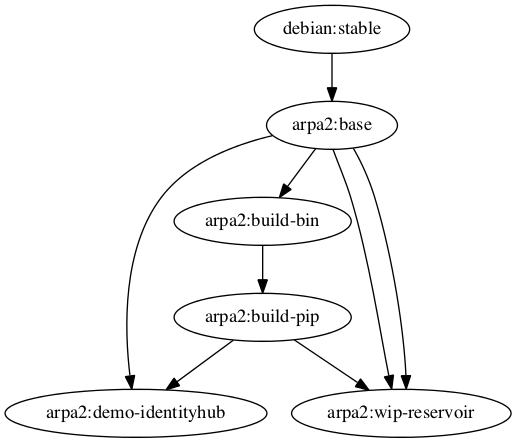
This is deps.png from timkuijsten/docker-demo, a Graphviz export, as it was before one commit. Its source is kept beside it as deps.dot.
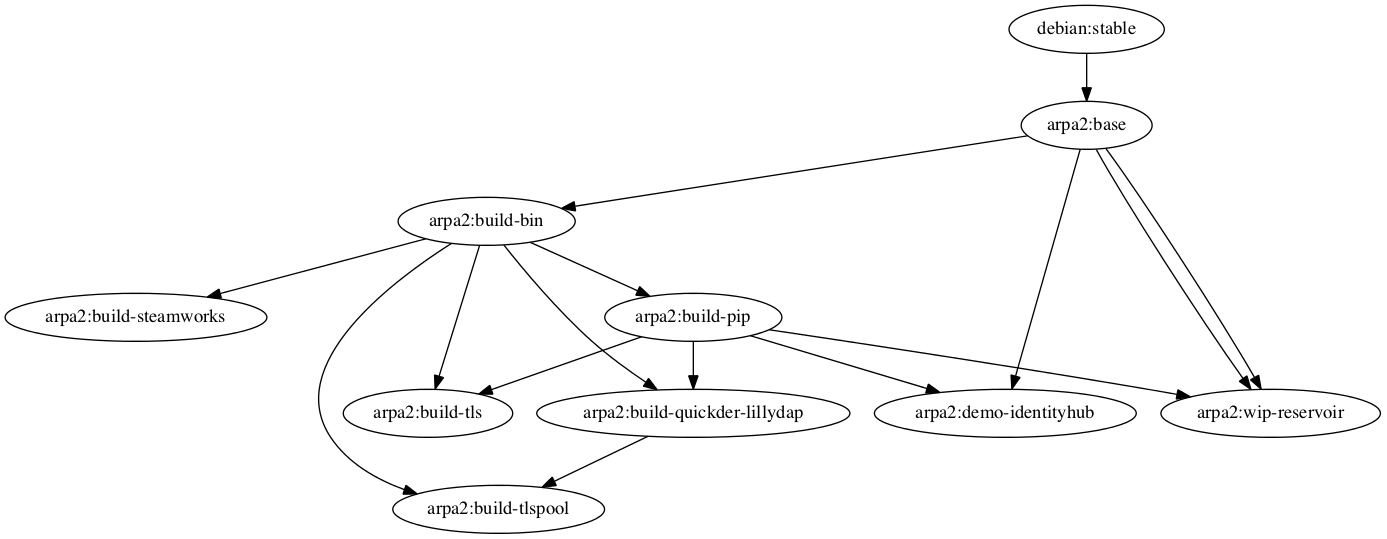
Above is the later version.

Change to the diagram source:
```diff
@@ -6,6 +6,17 @@
    "arpa2:base" -> "arpa2:build-bin" ;
    "arpa2:build-pip";
    "arpa2:build-bin" -> "arpa2:build-pip" ;
+   "arpa2:build-quickder-lillydap";
+   "arpa2:build-pip" -> "arpa2:build-quickder-lillydap" ;
+   "arpa2:build-bin" -> "arpa2:build-quickder-lillydap" ;
+   "arpa2:build-steamworks";
+   "arpa2:build-bin" -> "arpa2:build-steamworks" ;
+   "arpa2:build-tls";
+   "arpa2:build-pip" -> "arpa2:build-tls" ;
+   "arpa2:build-bin" -> "arpa2:build-tls" ;
+   "arpa2:build-tlspool";
+   "arpa2:build-quickder-lillydap" -> "arpa2:build-tlspool" ;
+   "arpa2:build-bin" -> "arpa2:build-tlspool" ;
    "arpa2:demo-identityhub";
    "arpa2:build-pip" -> "arpa2:demo-identityhub" ;
    "arpa2:base" -> "arpa2:demo-identityhub" ;
```
